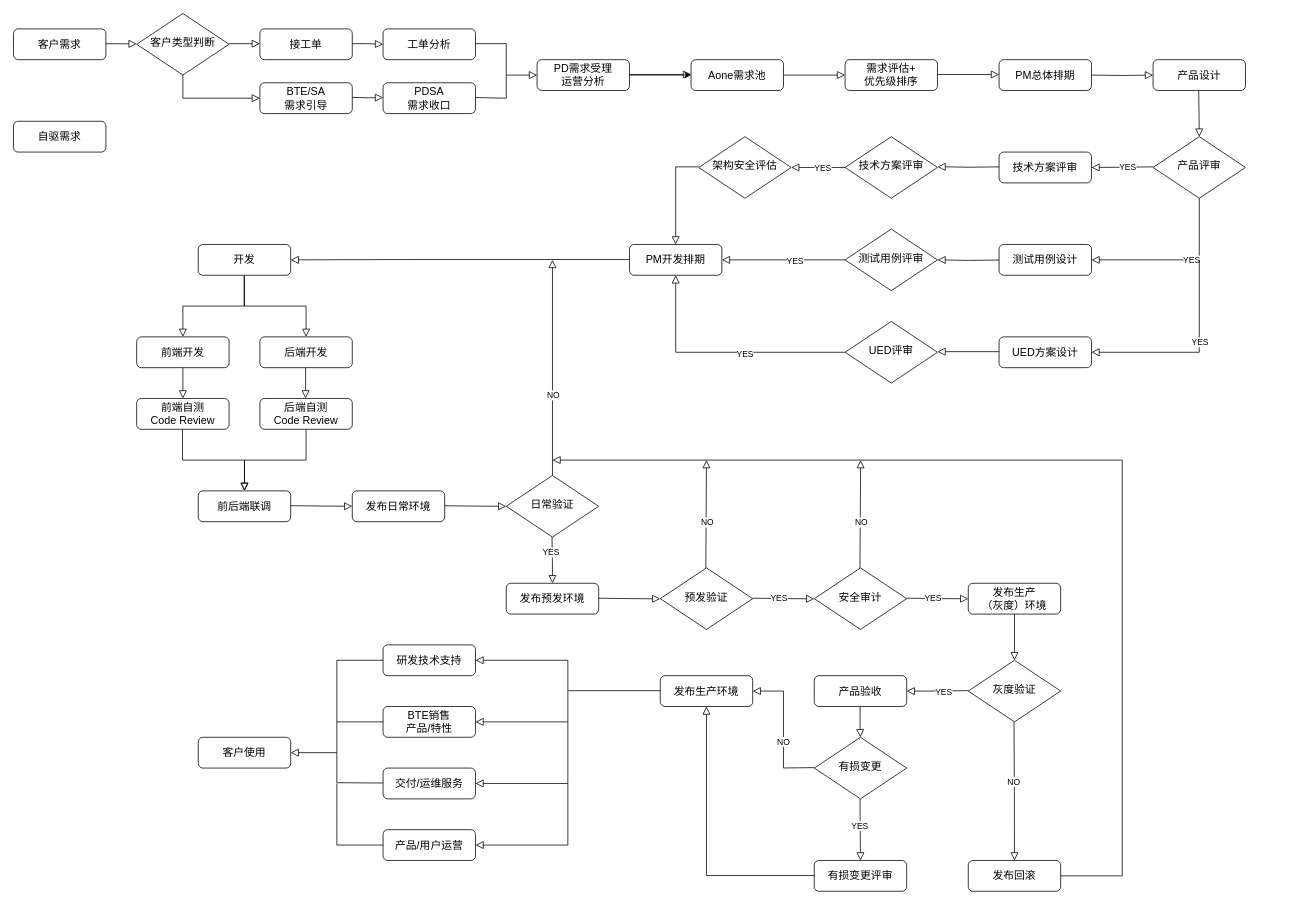
Sunny-Smile26/Drawings keeps this draw.io diagram as 研发流程.drawio. Above is the earlier version. Source tidied: cells renumbered, new cells numbered last; positions are measured from the earlier drawing's top-left corner, leaving out a move shared by most shapes. Both pictures are drawn from the tidied source at 77%, with x=0, y=0 at pixel (13, 13).
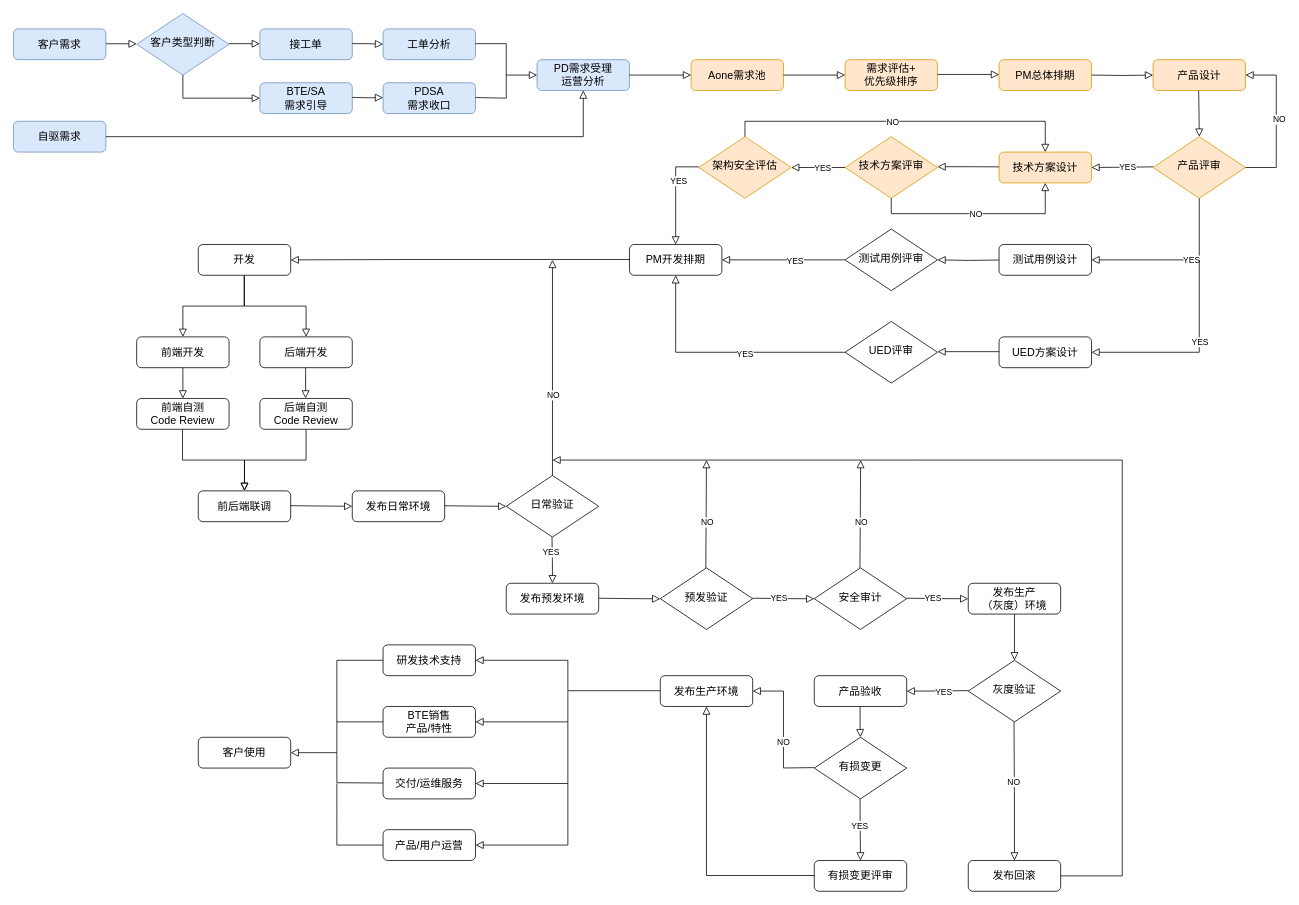
After the change.

Commit message (it also covers changes not shown here):
更新研发流程.drawio

The change refers to these unchanged cells:
```xml
<mxCell id="79" style="edgeStyle=orthogonalEdgeStyle;rounded=0;html=1;jettySize=auto;fontSize=14;endArrow=block;endFill=0;endSize=8;strokeWidth=1;shadow=0;labelBackgroundColor=none;entryX=0.5;entryY=0;entryDx=0;entryDy=0;exitX=0;exitY=0.5;exitDx=0;exitDy=0;" parent="1" edge="1" target="60">
  <mxGeometry y="10" relative="1" as="geometry">
    <mxPoint x="890" y="199.2" as="sourcePoint" />
    <Array as="points">
      <mxPoint x="860" y="199" />
    </Array>
  </mxGeometry>
</mxCell>
```

The edit, as a diff of the source:
```diff
@@
-    <mxCell id="71" value="技术方案评审" style="rhombus;whiteSpace=wrap;html=1;shadow=0;fontFamily=Helvetica;fontSize=14;align=center;strokeWidth=1;spacing=6;spacingTop=-4;" parent="1" vertex="1">
+    <mxCell id="71" value="技术方案评审" style="rhombus;whiteSpace=wrap;html=1;shadow=0;fontFamily=Helvetica;fontSize=14;align=center;strokeWidth=1;spacing=6;spacingTop=-4;fillColor=#ffe6cc;strokeColor=#d79b00;" parent="1" vertex="1">
       <mxGeometry x="1080" y="160" width="120" height="80" as="geometry" />
     </mxCell>
@@
-    <mxCell id="76" value="架构安全评估" style="rhombus;whiteSpace=wrap;html=1;shadow=0;fontFamily=Helvetica;fontSize=14;align=center;strokeWidth=1;spacing=6;spacingTop=-4;" parent="1" vertex="1">
+    <mxCell id="76" value="架构安全评估" style="rhombus;whiteSpace=wrap;html=1;shadow=0;fontFamily=Helvetica;fontSize=14;align=center;strokeWidth=1;spacing=6;spacingTop=-4;fillColor=#ffe6cc;strokeColor=#d79b00;" parent="1" vertex="1">
       <mxGeometry x="890" y="160" width="120" height="80" as="geometry" />
     </mxCell>
@@
+    <mxCell id="118" value="YES" style="edgeLabel;html=1;align=center;verticalAlign=middle;" parent="79" vertex="1">
+      <mxGeometry x="-0.26" y="3" relative="1" as="geometry" />
+    </mxCell>
-    <mxCell id="80" value="技术方案评审" style="rounded=1;whiteSpace=wrap;html=1;fontSize=14;glass=0;strokeWidth=1;shadow=0;" parent="1" vertex="1">
+    <mxCell id="80" value="技术方案设计" style="rounded=1;whiteSpace=wrap;html=1;fontSize=14;glass=0;strokeWidth=1;shadow=0;fillColor=#ffe6cc;strokeColor=#d79b00;" parent="1" vertex="1">
       <mxGeometry x="1280" y="180" width="120" height="40" as="geometry" />
     </mxCell>
@@
     <mxCell id="83" style="edgeStyle=orthogonalEdgeStyle;rounded=0;html=1;jettySize=auto;orthogonalLoop=1;fontSize=14;endArrow=block;endFill=0;endSize=8;strokeWidth=1;shadow=0;labelBackgroundColor=none;exitX=0;exitY=0.5;exitDx=0;exitDy=0;" parent="1" edge="1">
       <mxGeometry y="10" relative="1" as="geometry">
         <mxPoint x="1280" y="199.2" as="sourcePoint" />
         <mxPoint x="1200" y="199" as="targetPoint" />
+        <Array as="points">
+          <mxPoint x="1240" y="200" />
+          <mxPoint x="1240" y="200" />
+        </Array>
       </mxGeometry>
     </mxCell>
@@
-    <mxCell id="86" value="产品评审" style="rhombus;whiteSpace=wrap;html=1;shadow=0;fontFamily=Helvetica;fontSize=14;align=center;strokeWidth=1;spacing=6;spacingTop=-4;" parent="1" vertex="1">
+    <mxCell id="86" value="产品评审" style="rhombus;whiteSpace=wrap;html=1;shadow=0;fontFamily=Helvetica;fontSize=14;align=center;strokeWidth=1;spacing=6;spacingTop=-4;fillColor=#ffe6cc;strokeColor=#d79b00;" parent="1" vertex="1">
       <mxGeometry x="1480" y="160" width="120" height="80" as="geometry" />
     </mxCell>
@@
-    <mxCell id="93" value="产品设计" style="rounded=1;whiteSpace=wrap;html=1;fontSize=14;glass=0;strokeWidth=1;shadow=0;" parent="1" vertex="1">
+    <mxCell id="93" value="产品设计" style="rounded=1;whiteSpace=wrap;html=1;fontSize=14;glass=0;strokeWidth=1;shadow=0;fillColor=#ffe6cc;strokeColor=#d79b00;" parent="1" vertex="1">
       <mxGeometry x="1480" y="60" width="120" height="40" as="geometry" />
     </mxCell>
-    <mxCell id="94" value="PM总体排期" style="rounded=1;whiteSpace=wrap;html=1;fontSize=14;glass=0;strokeWidth=1;shadow=0;" parent="1" vertex="1">
+    <mxCell id="94" value="PM总体排期" style="rounded=1;whiteSpace=wrap;html=1;fontSize=14;glass=0;strokeWidth=1;shadow=0;fillColor=#ffe6cc;strokeColor=#d79b00;" parent="1" vertex="1">
       <mxGeometry x="1280" y="60" width="120" height="40" as="geometry" />
     </mxCell>
@@
-    <mxCell id="97" value="需求评估+&lt;div&gt;优先级排序&lt;/div&gt;" style="rounded=1;whiteSpace=wrap;html=1;fontSize=14;glass=0;strokeWidth=1;shadow=0;" parent="1" vertex="1">
+    <mxCell id="97" value="需求评估+&lt;div&gt;优先级排序&lt;/div&gt;" style="rounded=1;whiteSpace=wrap;html=1;fontSize=14;glass=0;strokeWidth=1;shadow=0;fillColor=#ffe6cc;strokeColor=#d79b00;" parent="1" vertex="1">
       <mxGeometry x="1080" y="60" width="120" height="40" as="geometry" />
     </mxCell>
-    <mxCell id="98" value="Aone需求池" style="rounded=1;whiteSpace=wrap;html=1;fontSize=14;glass=0;strokeWidth=1;shadow=0;" parent="1" vertex="1">
+    <mxCell id="98" value="Aone需求池" style="rounded=1;whiteSpace=wrap;html=1;fontSize=14;glass=0;strokeWidth=1;shadow=0;fillColor=#ffe6cc;strokeColor=#d79b00;" parent="1" vertex="1">
       <mxGeometry x="880" y="60" width="120" height="40" as="geometry" />
     </mxCell>
@@
-    <mxCell id="101" style="edgeStyle=orthogonalEdgeStyle;rounded=0;jettySize=auto;html=1;" parent="1" edge="1" source="102" target="98">
-      <mxGeometry relative="1" as="geometry" />
-    </mxCell>
-    <mxCell id="102" value="PD需求受理&lt;div&gt;运营分&lt;span style=&quot;background-color: initial;&quot;&gt;析&lt;/span&gt;&lt;/div&gt;" style="rounded=1;whiteSpace=wrap;html=1;fontSize=14;glass=0;strokeWidth=1;shadow=0;" parent="1" vertex="1">
+    <mxCell id="102" value="PD需求受理&lt;div&gt;运营分&lt;span style=&quot;background-color: initial;&quot;&gt;析&lt;/span&gt;&lt;/div&gt;" style="rounded=1;whiteSpace=wrap;html=1;fontSize=14;glass=0;strokeWidth=1;shadow=0;fillColor=#dae8fc;strokeColor=#6c8ebf;" parent="1" vertex="1">
       <mxGeometry x="680" y="60" width="120" height="40" as="geometry" />
     </mxCell>
-    <mxCell id="103" value="工单分析" style="rounded=1;whiteSpace=wrap;html=1;fontSize=14;glass=0;strokeWidth=1;shadow=0;" parent="1" vertex="1">
+    <mxCell id="103" value="工单分析" style="rounded=1;whiteSpace=wrap;html=1;fontSize=14;glass=0;strokeWidth=1;shadow=0;fillColor=#dae8fc;strokeColor=#6c8ebf;" parent="1" vertex="1">
       <mxGeometry x="480" y="20" width="120" height="40" as="geometry" />
     </mxCell>
-    <mxCell id="104" value="PDSA&lt;div&gt;需求收口&lt;/div&gt;" style="rounded=1;whiteSpace=wrap;html=1;fontSize=14;glass=0;strokeWidth=1;shadow=0;" parent="1" vertex="1">
+    <mxCell id="104" value="PDSA&lt;div&gt;需求收口&lt;/div&gt;" style="rounded=1;whiteSpace=wrap;html=1;fontSize=14;glass=0;strokeWidth=1;shadow=0;fillColor=#dae8fc;strokeColor=#6c8ebf;" parent="1" vertex="1">
       <mxGeometry x="480" y="90" width="120" height="40" as="geometry" />
     </mxCell>
-    <mxCell id="105" value="接工单" style="rounded=1;whiteSpace=wrap;html=1;fontSize=14;glass=0;strokeWidth=1;shadow=0;" parent="1" vertex="1">
+    <mxCell id="105" value="接工单" style="rounded=1;whiteSpace=wrap;html=1;fontSize=14;glass=0;strokeWidth=1;shadow=0;fillColor=#dae8fc;strokeColor=#6c8ebf;" parent="1" vertex="1">
       <mxGeometry x="320" y="20" width="120" height="40" as="geometry" />
     </mxCell>
-    <mxCell id="106" value="BTE/SA&lt;div&gt;需求引导&lt;/div&gt;" style="rounded=1;whiteSpace=wrap;html=1;fontSize=14;glass=0;strokeWidth=1;shadow=0;" parent="1" vertex="1">
+    <mxCell id="106" value="BTE/SA&lt;div&gt;需求引导&lt;/div&gt;" style="rounded=1;whiteSpace=wrap;html=1;fontSize=14;glass=0;strokeWidth=1;shadow=0;fillColor=#dae8fc;strokeColor=#6c8ebf;" parent="1" vertex="1">
       <mxGeometry x="320" y="90" width="120" height="40" as="geometry" />
     </mxCell>
     <mxCell id="107" style="edgeStyle=orthogonalEdgeStyle;rounded=0;html=1;jettySize=auto;orthogonalLoop=1;fontSize=14;endArrow=block;endFill=0;endSize=8;strokeWidth=1;shadow=0;labelBackgroundColor=none;entryX=0;entryY=0.5;entryDx=0;entryDy=0;exitX=1;exitY=0.5;exitDx=0;exitDy=0;" parent="1" edge="1">
       <mxGeometry y="10" relative="1" as="geometry">
-        <mxPoint x="800" y="79.2" as="sourcePoint" />
-        <mxPoint x="880" y="79.2" as="targetPoint" />
+        <mxPoint x="800" y="80" as="sourcePoint" />
+        <mxPoint x="880" y="80" as="targetPoint" />
       </mxGeometry>
     </mxCell>
@@
-    <mxCell id="112" value="客户类型判断" style="rhombus;whiteSpace=wrap;html=1;shadow=0;fontFamily=Helvetica;fontSize=14;align=center;strokeWidth=1;spacing=6;spacingTop=-4;" parent="1" vertex="1">
+    <mxCell id="112" value="客户类型判断" style="rhombus;whiteSpace=wrap;html=1;shadow=0;fontFamily=Helvetica;fontSize=14;align=center;strokeWidth=1;spacing=6;spacingTop=-4;fillColor=#dae8fc;strokeColor=#6c8ebf;" parent="1" vertex="1">
       <mxGeometry x="160" width="120" height="80" as="geometry" />
     </mxCell>
-    <mxCell id="113" value="客户需求" style="rounded=1;whiteSpace=wrap;html=1;fontSize=14;glass=0;strokeWidth=1;shadow=0;" parent="1" vertex="1">
+    <mxCell id="113" value="客户需求" style="rounded=1;whiteSpace=wrap;html=1;fontSize=14;glass=0;strokeWidth=1;shadow=0;labelBackgroundColor=none;fillColor=#dae8fc;strokeColor=#6c8ebf;" parent="1" vertex="1">
       <mxGeometry y="20" width="120" height="40" as="geometry" />
     </mxCell>
-    <mxCell id="114" value="自驱需求" style="rounded=1;whiteSpace=wrap;html=1;fontSize=14;glass=0;strokeWidth=1;shadow=0;" parent="1" vertex="1">
+    <mxCell id="114" value="自驱需求" style="rounded=1;whiteSpace=wrap;html=1;fontSize=14;glass=0;strokeWidth=1;shadow=0;fillColor=#dae8fc;strokeColor=#6c8ebf;" parent="1" vertex="1">
       <mxGeometry y="140" width="120" height="40" as="geometry" />
     </mxCell>
@@
+    <mxCell id="119" style="edgeStyle=orthogonalEdgeStyle;rounded=0;html=1;jettySize=auto;fontSize=14;endArrow=block;endFill=0;endSize=8;strokeWidth=1;shadow=0;labelBackgroundColor=none;exitX=0.5;exitY=1;exitDx=0;exitDy=0;entryX=0.5;entryY=1;entryDx=0;entryDy=0;" parent="1" edge="1" target="102">
+      <mxGeometry y="10" relative="1" as="geometry">
+        <mxPoint x="120" y="160" as="sourcePoint" />
+        <Array as="points">
+          <mxPoint x="740" y="160" />
+        </Array>
+      </mxGeometry>
+    </mxCell>
+    <mxCell id="120" style="edgeStyle=orthogonalEdgeStyle;rounded=0;html=1;jettySize=auto;fontSize=14;endArrow=block;endFill=0;endSize=8;strokeWidth=1;shadow=0;labelBackgroundColor=none;entryX=1;entryY=0.5;entryDx=0;entryDy=0;" parent="1" edge="1" target="93">
+      <mxGeometry y="10" relative="1" as="geometry">
+        <mxPoint x="1600" y="200" as="sourcePoint" />
+        <Array as="points">
+          <mxPoint x="1640" y="200" />
+          <mxPoint x="1640" y="80" />
+        </Array>
+      </mxGeometry>
+    </mxCell>
+    <mxCell id="121" value="NO" style="edgeLabel;html=1;align=center;verticalAlign=middle;" parent="120" vertex="1">
+      <mxGeometry x="0.03" y="-3" relative="1" as="geometry" />
+    </mxCell>
+    <mxCell id="122" style="edgeStyle=orthogonalEdgeStyle;rounded=0;html=1;jettySize=auto;fontSize=14;endArrow=block;endFill=0;endSize=8;strokeWidth=1;shadow=0;labelBackgroundColor=none;entryX=0.5;entryY=0;entryDx=0;entryDy=0;exitX=0.5;exitY=0;exitDx=0;exitDy=0;" parent="1" edge="1" source="76" target="80">
+      <mxGeometry y="10" relative="1" as="geometry">
+        <Array as="points">
+          <mxPoint x="950" y="140" />
+          <mxPoint x="1340" y="140" />
+        </Array>
+      </mxGeometry>
+    </mxCell>
+    <mxCell id="123" value="NO" style="edgeLabel;html=1;align=center;verticalAlign=middle;" parent="122" vertex="1">
+      <mxGeometry x="-0.06" y="-4" relative="1" as="geometry">
+        <mxPoint x="-1" y="-4" as="offset" />
+      </mxGeometry>
+    </mxCell>
+    <mxCell id="124" style="edgeStyle=orthogonalEdgeStyle;rounded=0;html=1;jettySize=auto;fontSize=14;endArrow=block;endFill=0;endSize=8;strokeWidth=1;shadow=0;labelBackgroundColor=none;entryX=0.5;entryY=1;entryDx=0;entryDy=0;exitX=0.5;exitY=1;exitDx=0;exitDy=0;" parent="1" edge="1" source="71" target="80">
+      <mxGeometry y="10" relative="1" as="geometry">
+        <Array as="points">
+          <mxPoint x="1140" y="260" />
+          <mxPoint x="1340" y="260" />
+        </Array>
+      </mxGeometry>
+    </mxCell>
+    <mxCell id="125" value="NO" style="edgeLabel;html=1;align=center;verticalAlign=middle;" parent="124" vertex="1">
+      <mxGeometry x="-0.01" y="5" relative="1" as="geometry">
+        <mxPoint y="5" as="offset" />
+      </mxGeometry>
+    </mxCell>
```
